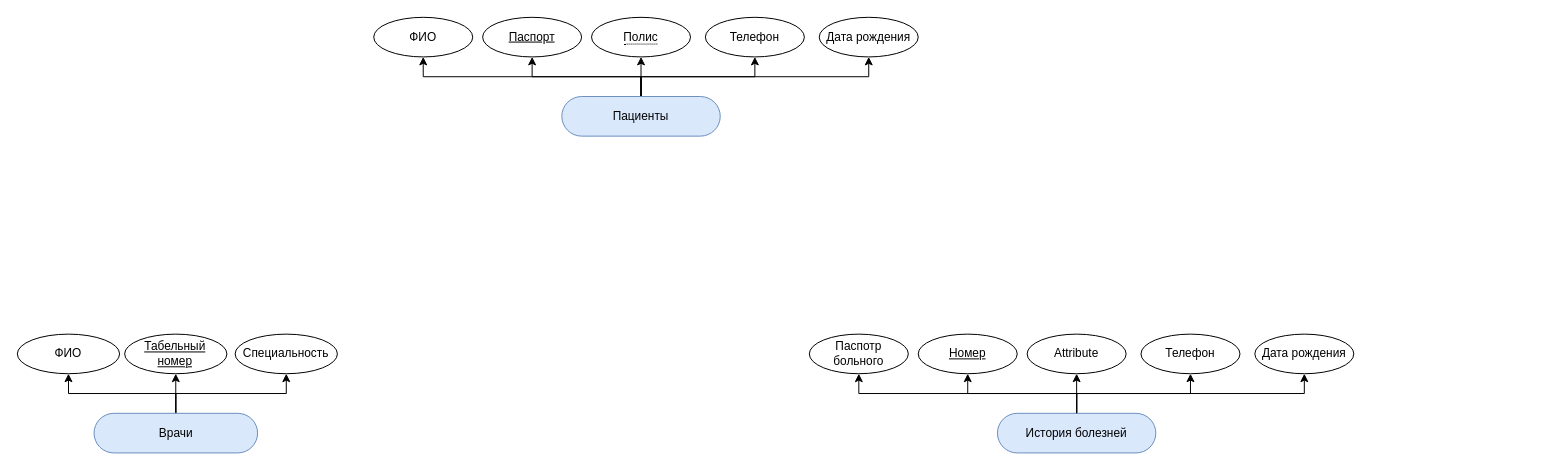
Earlier version of the draw.io diagram EntityRelation.drawio (den-a-s/drawio-diagrams). Source tidied: cells renumbered, new cells numbered last; positions are measured from the earlier drawing's top-left corner, leaving out a move shared by most shapes. Both pictures are drawn from the tidied source at 99%, with x=0, y=0 at pixel (17, 17).
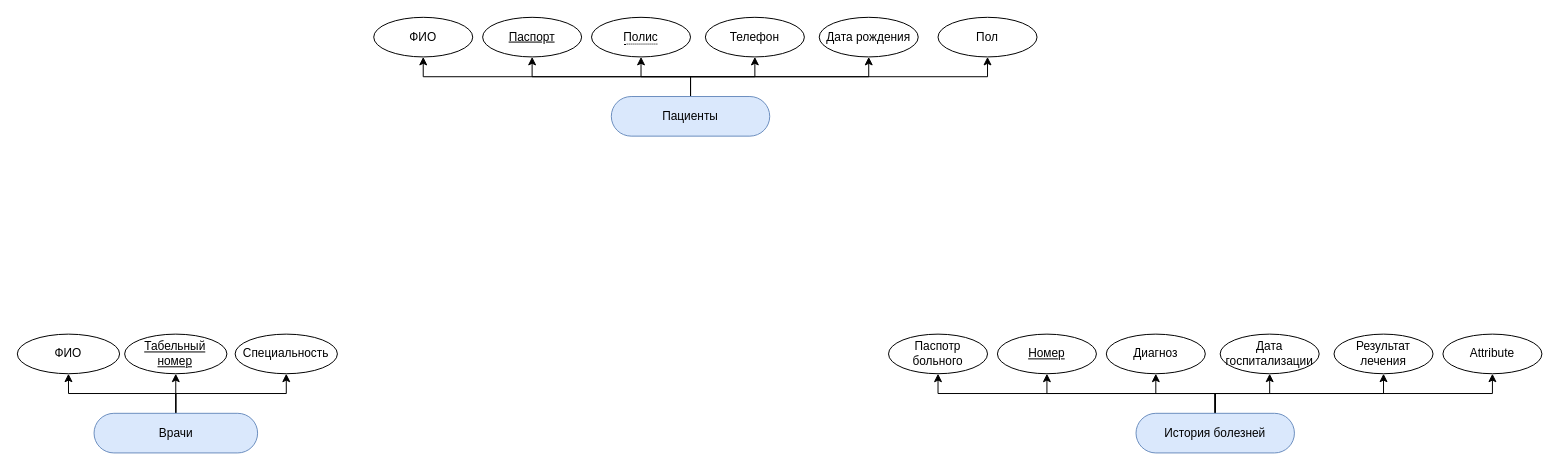
The same diagram, later.

Commit message:
Добавление новых атрибутов

The change refers to these unchanged cells:
```xml
<mxCell id="3" value="&lt;div&gt;Паспорт&lt;/div&gt;" style="ellipse;whiteSpace=wrap;html=1;align=center;fontStyle=4;" parent="2" vertex="1">
  <mxGeometry x="110" width="100" height="40" as="geometry" />
</mxCell>
<mxCell id="4" value="&lt;div&gt;&lt;span style=&quot;border-bottom: 1px dotted&quot;&gt;Полис&lt;/span&gt;&lt;/div&gt;&lt;div&gt;&lt;span style=&quot;border-bottom: 1px dotted&quot;&gt;&lt;/span&gt;&lt;/div&gt;" style="ellipse;whiteSpace=wrap;html=1;align=center;" parent="2" vertex="1">
  <mxGeometry x="220" width="100" height="40" as="geometry" />
</mxCell>
<mxCell id="5" value="ФИО" style="ellipse;whiteSpace=wrap;html=1;align=center;" parent="2" vertex="1">
  <mxGeometry width="100" height="40" as="geometry" />
</mxCell>
<mxCell id="6" value="Телефон" style="ellipse;whiteSpace=wrap;html=1;align=center;" parent="2" vertex="1">
  <mxGeometry x="335" width="100" height="40" as="geometry" />
</mxCell>
<mxCell id="7" value="Дата рождения" style="ellipse;whiteSpace=wrap;html=1;align=center;" parent="2" vertex="1">
  <mxGeometry x="450" width="100" height="40" as="geometry" />
</mxCell>
<mxCell id="15" value="Номер" style="ellipse;whiteSpace=wrap;html=1;align=center;fontStyle=4;" parent="14" vertex="1">
  <mxGeometry x="110" width="100" height="40" as="geometry" />
</mxCell>
<mxCell id="16" value="Паспотр больного" style="ellipse;whiteSpace=wrap;html=1;align=center;" parent="14" vertex="1">
  <mxGeometry width="100" height="40" as="geometry" />
</mxCell>
```

What changed in the source:
```diff
@@
     <mxCell id="2" style="group;rounded=0;" parent="1" vertex="1">
-      <mxGeometry x="360" width="610" height="120" as="geometry" />
+      <mxGeometry x="360" width="670" height="120" as="geometry" />
     </mxCell>
@@
-    <mxCell id="8" style="edgeStyle=orthogonalEdgeStyle;rounded=0;jettySize=auto;html=1;entryX=0.5;entryY=1;entryDx=0;entryDy=0;" parent="2" edge="1" source="13" target="7">
+    <mxCell id="8" style="edgeStyle=orthogonalEdgeStyle;rounded=0;jettySize=auto;html=1;entryX=0.5;entryY=1;entryDx=0;entryDy=0;exitX=0.5;exitY=0;exitDx=0;exitDy=0;" parent="2" edge="1" source="13" target="7">
       <mxGeometry relative="1" as="geometry">
         <Array as="points">
-          <mxPoint x="270" y="60" />
+          <mxPoint x="320" y="60" />
           <mxPoint x="500" y="60" />
         </Array>
       </mxGeometry>
     </mxCell>
-    <mxCell id="9" style="edgeStyle=orthogonalEdgeStyle;rounded=0;jettySize=auto;html=1;entryX=0.5;entryY=1;entryDx=0;entryDy=0;" parent="2" edge="1" source="13" target="6">
+    <mxCell id="9" style="edgeStyle=orthogonalEdgeStyle;rounded=0;jettySize=auto;html=1;entryX=0.5;entryY=1;entryDx=0;entryDy=0;exitX=0.5;exitY=0;exitDx=0;exitDy=0;" parent="2" edge="1" source="13" target="6">
       <mxGeometry relative="1" as="geometry">
         <Array as="points">
-          <mxPoint x="270" y="60" />
+          <mxPoint x="320" y="60" />
           <mxPoint x="385" y="60" />
         </Array>
       </mxGeometry>
     </mxCell>
-    <mxCell id="10" style="edgeStyle=orthogonalEdgeStyle;rounded=0;jettySize=auto;html=1;entryX=0.5;entryY=1;entryDx=0;entryDy=0;" parent="2" edge="1" source="13" target="5">
+    <mxCell id="10" style="edgeStyle=orthogonalEdgeStyle;rounded=0;jettySize=auto;html=1;entryX=0.5;entryY=1;entryDx=0;entryDy=0;exitX=0.5;exitY=0;exitDx=0;exitDy=0;" parent="2" edge="1" source="13" target="5">
       <mxGeometry relative="1" as="geometry">
         <Array as="points">
-          <mxPoint x="270" y="60" />
+          <mxPoint x="320" y="60" />
           <mxPoint x="50" y="60" />
         </Array>
       </mxGeometry>
     </mxCell>
-    <mxCell id="11" style="edgeStyle=orthogonalEdgeStyle;rounded=0;jettySize=auto;html=1;entryX=0.5;entryY=1;entryDx=0;entryDy=0;" parent="2" edge="1" source="13" target="4">
+    <mxCell id="11" style="edgeStyle=orthogonalEdgeStyle;rounded=0;jettySize=auto;html=1;entryX=0.5;entryY=1;entryDx=0;entryDy=0;exitX=0.5;exitY=0;exitDx=0;exitDy=0;" parent="2" edge="1" source="13" target="4">
       <mxGeometry relative="1" as="geometry">
         <Array as="points">
-          <mxPoint x="190" y="110" />
-          <mxPoint x="190" y="110" />
+          <mxPoint x="320" y="60" />
+          <mxPoint x="270" y="60" />
         </Array>
       </mxGeometry>
     </mxCell>
     <mxCell id="12" style="edgeStyle=orthogonalEdgeStyle;rounded=0;jettySize=auto;html=1;entryX=0.5;entryY=1;entryDx=0;entryDy=0;" parent="2" edge="1" source="13" target="3">
-      <mxGeometry relative="1" as="geometry" />
+      <mxGeometry relative="1" as="geometry">
+        <Array as="points">
+          <mxPoint x="320" y="60" />
+          <mxPoint x="160" y="60" />
+        </Array>
+      </mxGeometry>
     </mxCell>
+    <mxCell id="33" style="edgeStyle=orthogonalEdgeStyle;rounded=0;jettySize=auto;html=1;entryX=0.5;entryY=1;entryDx=0;entryDy=0;exitX=0.5;exitY=0;exitDx=0;exitDy=0;" parent="2" edge="1" source="13" target="34">
+      <mxGeometry relative="1" as="geometry" />
+    </mxCell>
     <mxCell id="13" value="&lt;div&gt;Пациенты&lt;/div&gt;" style="whiteSpace=wrap;html=1;align=center;fillColor=#dae8fc;strokeColor=#6c8ebf;rounded=1;arcSize=50;" parent="2" vertex="1">
-      <mxGeometry x="190" y="80" width="160" height="40" as="geometry" />
+      <mxGeometry x="240" y="80" width="160" height="40" as="geometry" />
     </mxCell>
+    <mxCell id="34" value="&lt;div&gt;Пол&lt;/div&gt;" style="ellipse;whiteSpace=wrap;html=1;align=center;rounded=1;" parent="2" vertex="1">
+      <mxGeometry x="570" width="100" height="40" as="geometry" />
+    </mxCell>
     <mxCell id="14" style="group;rounded=0;" parent="1" vertex="1">
-      <mxGeometry x="800" y="320" width="610" height="120" as="geometry" />
+      <mxGeometry x="880" y="320" width="660" height="120" as="geometry" />
     </mxCell>
@@
-    <mxCell id="17" value="Телефон" style="ellipse;whiteSpace=wrap;html=1;align=center;" parent="14" vertex="1">
+    <mxCell id="17" value="Дата госпитализации" style="ellipse;whiteSpace=wrap;html=1;align=center;" parent="14" vertex="1">
       <mxGeometry x="335" width="100" height="40" as="geometry" />
     </mxCell>
-    <mxCell id="18" value="Дата рождения" style="ellipse;whiteSpace=wrap;html=1;align=center;" parent="14" vertex="1">
+    <mxCell id="18" value="Результат лечения" style="ellipse;whiteSpace=wrap;html=1;align=center;" parent="14" vertex="1">
       <mxGeometry x="450" width="100" height="40" as="geometry" />
     </mxCell>
-    <mxCell id="19" style="edgeStyle=orthogonalEdgeStyle;rounded=0;jettySize=auto;html=1;entryX=0.5;entryY=1;entryDx=0;entryDy=0;" parent="14" edge="1" source="23" target="18">
+    <mxCell id="19" style="edgeStyle=orthogonalEdgeStyle;rounded=0;jettySize=auto;html=1;entryX=0.5;entryY=1;entryDx=0;entryDy=0;exitX=0.5;exitY=0;exitDx=0;exitDy=0;" parent="14" edge="1" source="23" target="18">
       <mxGeometry relative="1" as="geometry">
         <Array as="points">
-          <mxPoint x="270" y="60" />
+          <mxPoint x="330" y="60" />
           <mxPoint x="500" y="60" />
         </Array>
       </mxGeometry>
     </mxCell>
-    <mxCell id="20" style="edgeStyle=orthogonalEdgeStyle;rounded=0;jettySize=auto;html=1;entryX=0.5;entryY=1;entryDx=0;entryDy=0;" parent="14" edge="1" source="23" target="17">
+    <mxCell id="20" style="edgeStyle=orthogonalEdgeStyle;rounded=0;jettySize=auto;html=1;entryX=0.5;entryY=1;entryDx=0;entryDy=0;exitX=0.5;exitY=0;exitDx=0;exitDy=0;" parent="14" edge="1" source="23" target="17">
       <mxGeometry relative="1" as="geometry">
         <Array as="points">
-          <mxPoint x="270" y="60" />
+          <mxPoint x="330" y="60" />
           <mxPoint x="385" y="60" />
         </Array>
       </mxGeometry>
     </mxCell>
     <mxCell id="21" style="edgeStyle=orthogonalEdgeStyle;rounded=0;jettySize=auto;html=1;entryX=0.5;entryY=1;entryDx=0;entryDy=0;" parent="14" edge="1" source="23" target="16">
       <mxGeometry relative="1" as="geometry">
         <Array as="points">
-          <mxPoint x="270" y="60" />
+          <mxPoint x="330" y="60" />
           <mxPoint x="50" y="60" />
         </Array>
       </mxGeometry>
     </mxCell>
     <mxCell id="22" style="edgeStyle=orthogonalEdgeStyle;rounded=0;jettySize=auto;html=1;entryX=0.5;entryY=1;entryDx=0;entryDy=0;" parent="14" edge="1" source="23" target="15">
-      <mxGeometry relative="1" as="geometry" />
+      <mxGeometry relative="1" as="geometry">
+        <Array as="points">
+          <mxPoint x="330" y="60" />
+          <mxPoint x="160" y="60" />
+        </Array>
+      </mxGeometry>
     </mxCell>
+    <mxCell id="35" style="edgeStyle=orthogonalEdgeStyle;rounded=0;jettySize=auto;html=1;entryX=0.5;entryY=1;entryDx=0;entryDy=0;" parent="14" edge="1" source="23" target="36">
+      <mxGeometry relative="1" as="geometry">
+        <Array as="points">
+          <mxPoint x="330" y="60" />
+          <mxPoint x="610" y="60" />
+        </Array>
+      </mxGeometry>
+    </mxCell>
+    <mxCell id="25" style="edgeStyle=orthogonalEdgeStyle;rounded=0;jettySize=auto;html=1;entryX=0.5;entryY=1;entryDx=0;entryDy=0;" parent="14" edge="1" source="23" target="24">
+      <mxGeometry relative="1" as="geometry" />
+    </mxCell>
     <mxCell id="23" value="&lt;div&gt;История болезней&lt;/div&gt;" style="whiteSpace=wrap;html=1;align=center;fillColor=#dae8fc;strokeColor=#6c8ebf;rounded=1;arcSize=50;" parent="14" vertex="1">
-      <mxGeometry x="190" y="80" width="160" height="40" as="geometry" />
+      <mxGeometry x="250" y="80" width="160" height="40" as="geometry" />
     </mxCell>
-    <mxCell id="24" value="Attribute" style="ellipse;whiteSpace=wrap;html=1;align=center;rounded=1;" parent="14" vertex="1">
+    <mxCell id="24" value="Диагноз" style="ellipse;whiteSpace=wrap;html=1;align=center;rounded=1;" parent="14" vertex="1">
       <mxGeometry x="220" width="100" height="40" as="geometry" />
     </mxCell>
-    <mxCell id="25" style="edgeStyle=orthogonalEdgeStyle;rounded=0;jettySize=auto;html=1;entryX=0.5;entryY=1;entryDx=0;entryDy=0;" parent="14" edge="1" source="23" target="24">
-      <mxGeometry relative="1" as="geometry" />
-    </mxCell>
+    <mxCell id="36" value="Attribute" style="ellipse;whiteSpace=wrap;html=1;align=center;rounded=1;" parent="14" vertex="1">
+      <mxGeometry x="560" width="100" height="40" as="geometry" />
+    </mxCell>
```
